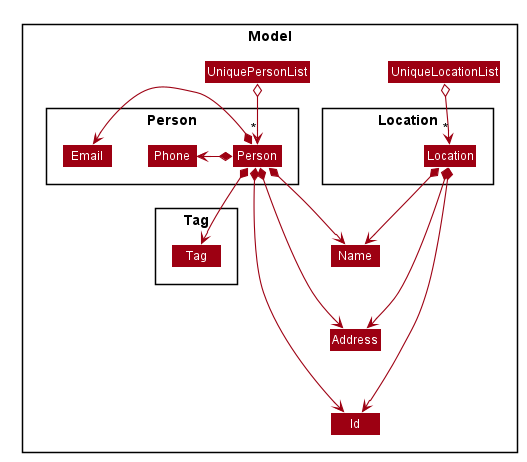
This is docs/images/PersonLocationClassDiagram.png from siangernlow/tp, a PlantUML export, as it was before one commit. The source it was exported from:
```plantuml
@startuml








skinparam BackgroundColor #FFFFFFF

skinparam Shadowing false

skinparam Class {
    FontColor #FFFFFF
    BorderThickness 1
    BorderColor #FFFFFF
    StereotypeFontColor #FFFFFF
    FontName Arial
}

skinparam Actor {
    BorderColor #000000
    Color #000000
    FontName Arial
}

skinparam Sequence {
    MessageAlign center
    BoxFontSize 15
    BoxPadding 0
    BoxFontColor #FFFFFF
    FontName Arial
}

skinparam Participant {
    FontColor #FFFFFFF
    Padding 20
}

skinparam MinClassWidth 50
skinparam ParticipantPadding 10
skinparam Shadowing false
skinparam DefaultTextAlignment center
skinparam packageStyle Rectangle

hide footbox
hide members
hide circle
skinparam arrowThickness 1.1
skinparam arrowColor #9D0012
skinparam classBackgroundColor #9D0012

Package Model{
Class UniqueLocationList
Class UniquePersonList

Package Location <<Rectangle>>{
    Class Location
    Class hidden #FFFFFFF
}

Package Person <<Rectangle>>{
    Class Person
    Class Email
    Class Phone
}

Package Tag {
    Class Tag
}

Class Name
Class Address
Class Id
}


UniquePersonList o--> "*" Person
UniqueLocationList o--> "*" Location

hidden -[hidden]> Location

Name -down[hidden]-> Address
Address -down[hidden]-> Id

Person *-left-> Phone
Person *-left-> Email
Person *-down-> Tag

Person *--> Name
Location *--> Name
Person *--> Address
Location *--> Address
Person *--> Id
Location *--> Id

@enduml
```
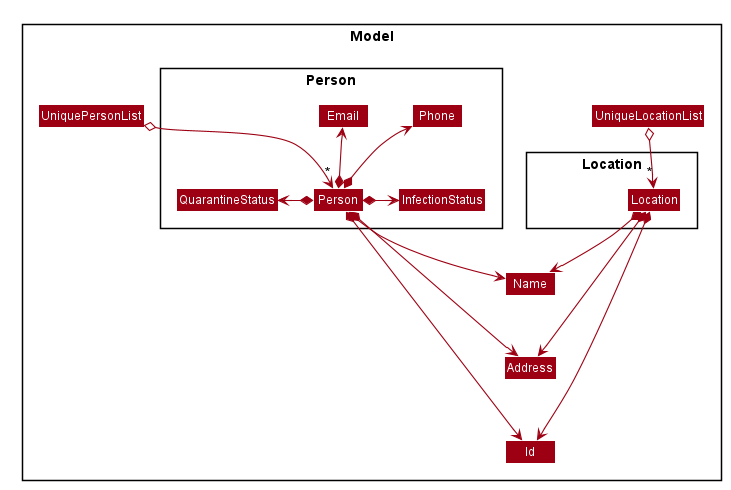
After the change.

What changed in the source:
```diff
@@ -64,10 +64,8 @@
     Class Person
     Class Email
     Class Phone
-}
-
-Package Tag {
-    Class Tag
+    Class QuarantineStatus
+    Class InfectionStatus
 }
 
 Class Name
@@ -86,7 +84,8 @@
 
 Person *-left-> Phone
 Person *-left-> Email
-Person *-down-> Tag
+Person *-left-> InfectionStatus
+Person *-left-> QuarantineStatus
 
 Person *--> Name
 Location *--> Name
@@ -95,4 +94,6 @@
 Person *--> Id
 Location *--> Id
 
+Email -down[hidden]-> InfectionStatus
+Phone -down[hidden]-> InfectionStatus
 @enduml
```
